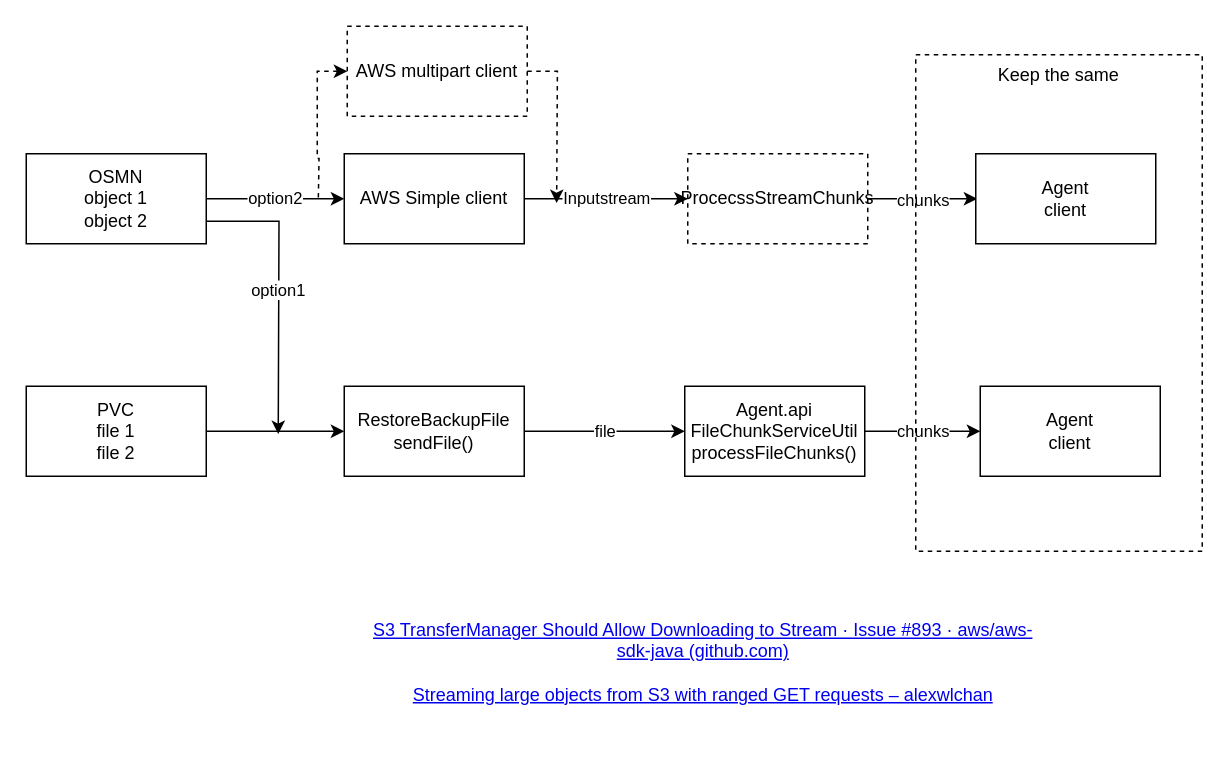
Above: retrive backup demo.drawio in Albert-W/Draw_io (draw.io), before the change. Source tidied: cells renumbered, new cells numbered last; positions are measured from the earlier drawing's top-left corner, leaving out a move shared by most shapes. Both pictures are drawn from the tidied source at 150%, with x=0, y=0 at pixel (26, 26).
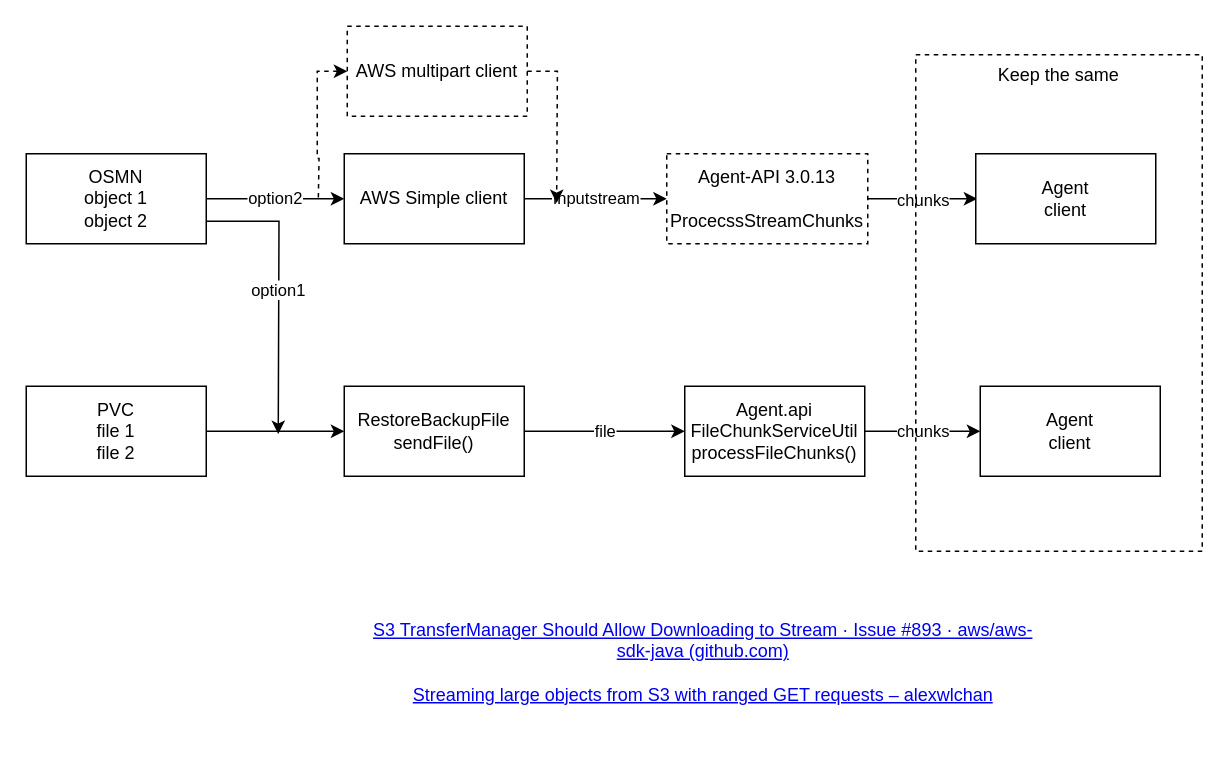
The same diagram, later.

Change to the diagram source:
```diff
@@
-    <mxCell id="15" value="ProcecssStreamChunks" style="rounded=0;whiteSpace=wrap;html=1;dashed=1;" parent="1" vertex="1">
-      <mxGeometry x="441" y="85" width="120" height="60" as="geometry" />
+    <mxCell id="15" value="&lt;div&gt;Agent-API 3.0.13&lt;/div&gt;&lt;div&gt;&lt;br&gt;&lt;/div&gt;&lt;div&gt;ProcecssStreamChunks&lt;/div&gt;" style="rounded=0;whiteSpace=wrap;html=1;dashed=1;" parent="1" vertex="1">
+      <mxGeometry x="427" y="85" width="134" height="60" as="geometry" />
     </mxCell>
```
